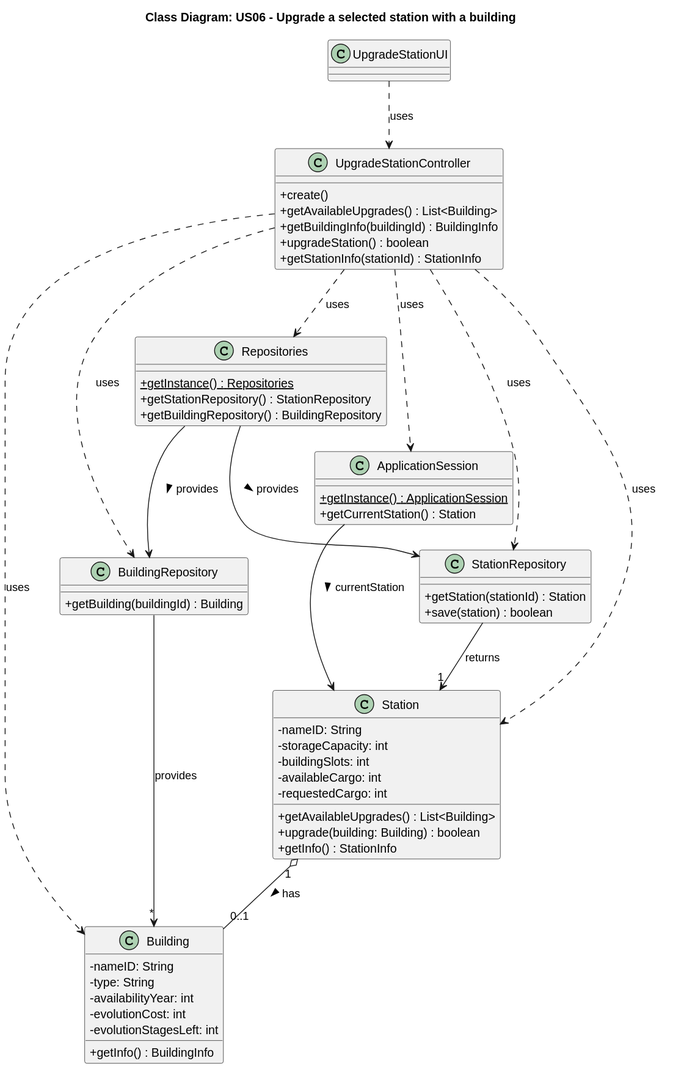
This is docs/system-documentation/Sprint 2/US06/03.design/svg/US06-CD.svg from HenriqueSilva18/Railway-Network-Simulator, a PlantUML export, as it was before one commit. Source of this version:
```plantuml
@startuml
skinparam packageStyle rectangle
skinparam shadowing false
skinparam classAttributeIconSize 0

title Class Diagram: US06 - Upgrade a selected station with a building

class UpgradeStationUI {
}

class UpgradeStationController {
    + create()
    + getAvailableUpgrades() : List<Building>
    + getBuildingInfo(buildingId) : BuildingInfo
    + upgradeStation() : boolean
    + getStationInfo(stationId) : StationInfo
}

class StationRepository {
    + getStation(stationId) : Station
    + save(station) : boolean
}

class BuildingRepository {
    + getBuilding(buildingId) : Building
}

class Repositories {
    + {static} getInstance() : Repositories
    + getStationRepository() : StationRepository
    + getBuildingRepository() : BuildingRepository
}

class ApplicationSession {
    + {static} getInstance() : ApplicationSession
    + getCurrentStation() : Station
}

class Station {
    - nameID: String
    - storageCapacity: int
    - buildingSlots: int
    - availableCargo: int
    - requestedCargo: int

    + getAvailableUpgrades() : List<Building>
    + upgrade(building: Building) : boolean
    + getInfo() : StationInfo
}

class Building {
    - nameID: String
    - type: String
    - availabilityYear: int
    - evolutionCost: int
    - evolutionStagesLeft: int

    + getInfo() : BuildingInfo
}
UpgradeStationUI ..> UpgradeStationController : uses
UpgradeStationController ..> StationRepository : uses
UpgradeStationController ..> BuildingRepository : uses
UpgradeStationController ..> Repositories : uses
UpgradeStationController ..> ApplicationSession : uses
UpgradeStationController ..> Station : uses
UpgradeStationController ..> Building : uses

Station "1" o-- "0..1" Building : has >
StationRepository --> "1" Station : returns
BuildingRepository --> "*" Building : provides

Repositories --> StationRepository : provides >
Repositories --> BuildingRepository : provides >

ApplicationSession --> Station : currentStation >
@enduml
```
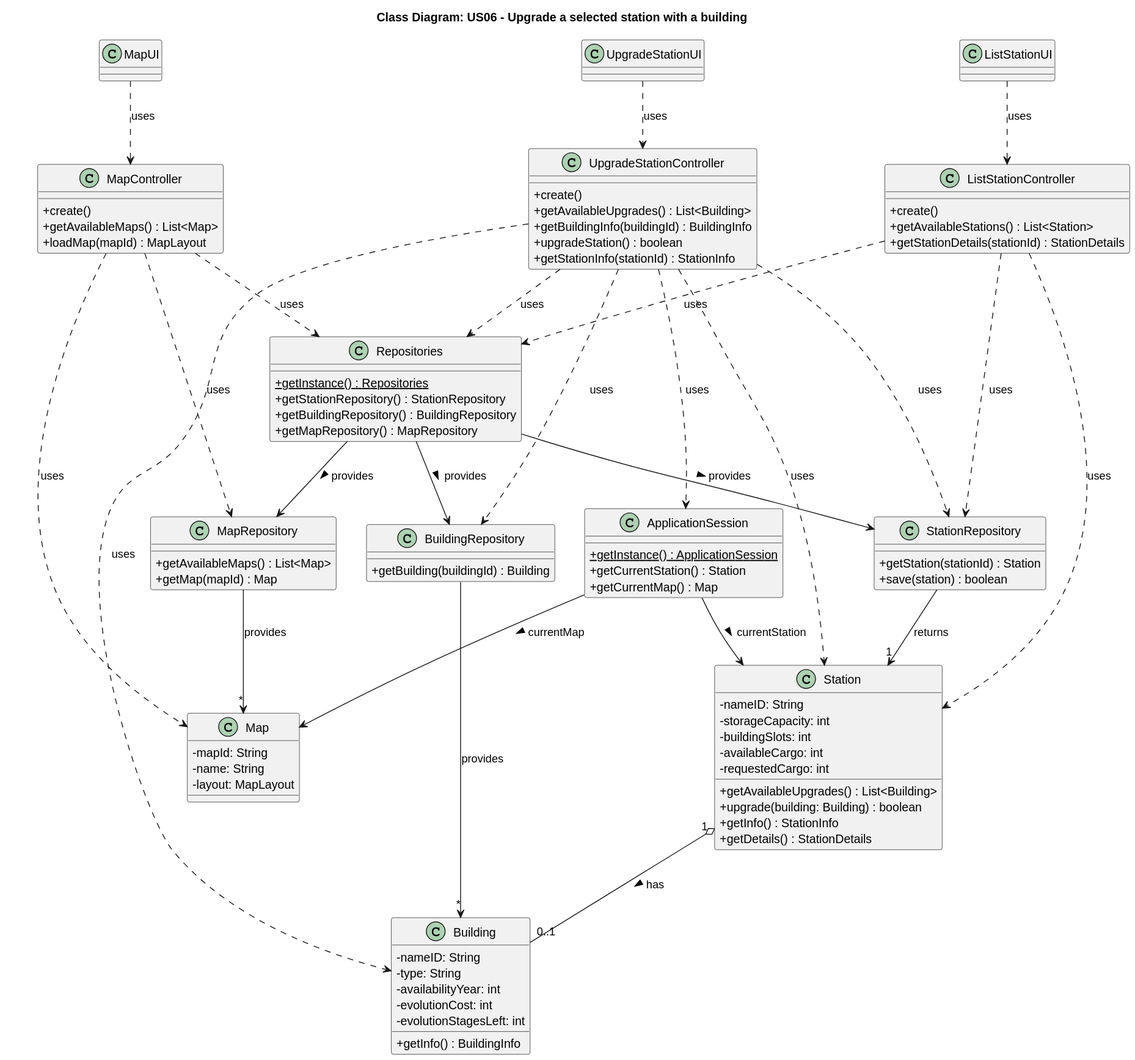
After the change.

What changed in the source:
```diff
@@ -4,6 +4,24 @@
 skinparam classAttributeIconSize 0
 
 title Class Diagram: US06 - Upgrade a selected station with a building
+
+class MapUI {
+}
+
+class MapController {
+    + create()
+    + getAvailableMaps() : List<Map>
+    + loadMap(mapId) : MapLayout
+}
+
+class ListStationUI {
+}
+
+class ListStationController {
+    + create()
+    + getAvailableStations() : List<Station>
+    + getStationDetails(stationId) : StationDetails
+}
 
 class UpgradeStationUI {
 }
@@ -25,15 +43,22 @@
     + getBuilding(buildingId) : Building
 }
 
+class MapRepository {
+    + getAvailableMaps() : List<Map>
+    + getMap(mapId) : Map
+}
+
 class Repositories {
     + {static} getInstance() : Repositories
     + getStationRepository() : StationRepository
     + getBuildingRepository() : BuildingRepository
+    + getMapRepository() : MapRepository
 }
 
 class ApplicationSession {
     + {static} getInstance() : ApplicationSession
     + getCurrentStation() : Station
+    + getCurrentMap() : Map
 }
 
 class Station {
@@ -46,6 +71,7 @@
     + getAvailableUpgrades() : List<Building>
     + upgrade(building: Building) : boolean
     + getInfo() : StationInfo
+    + getDetails() : StationDetails
 }
 
 class Building {
@@ -57,6 +83,23 @@
 
     + getInfo() : BuildingInfo
 }
+
+class Map {
+    - mapId: String
+    - name: String
+    - layout: MapLayout
+}
+
+MapUI ..> MapController : uses
+MapController ..> MapRepository : uses
+MapController ..> Repositories : uses
+MapController ..> Map : uses
+
+ListStationUI ..> ListStationController : uses
+ListStationController ..> StationRepository : uses
+ListStationController ..> Repositories : uses
+ListStationController ..> Station : uses
+
 UpgradeStationUI ..> UpgradeStationController : uses
 UpgradeStationController ..> StationRepository : uses
 UpgradeStationController ..> BuildingRepository : uses
@@ -68,9 +111,12 @@
 Station "1" o-- "0..1" Building : has >
 StationRepository --> "1" Station : returns
 BuildingRepository --> "*" Building : provides
+MapRepository --> "*" Map : provides
 
 Repositories --> StationRepository : provides >
 Repositories --> BuildingRepository : provides >
+Repositories --> MapRepository : provides >
 
 ApplicationSession --> Station : currentStation >
+ApplicationSession --> Map : currentMap >
 @enduml
```
